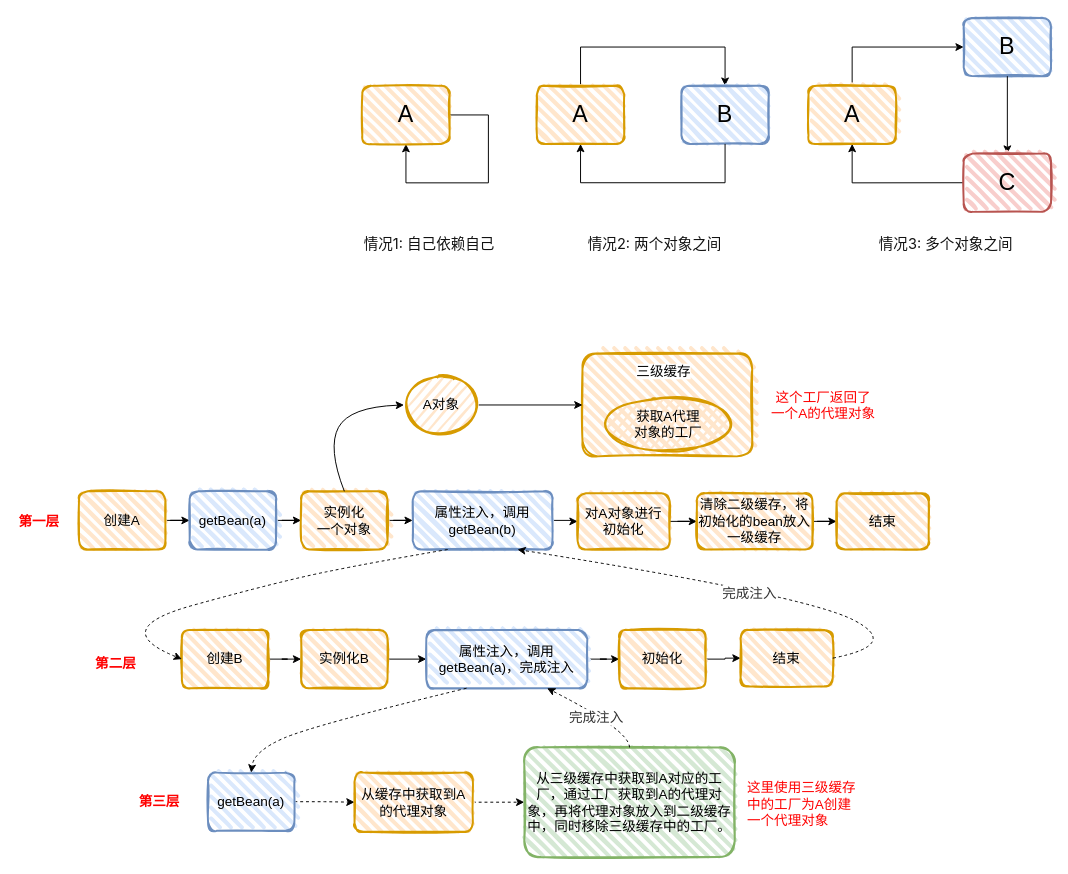
Above: drawfile/spring-循环依赖.drawio in lml200701158/draw (draw.io), before the change. Source tidied: cells renumbered, new cells numbered last; positions are measured from the earlier drawing's top-left corner, leaving out a move shared by most shapes. Both pictures are drawn from the tidied source at 97%, with x=0, y=0 at pixel (16, 17).
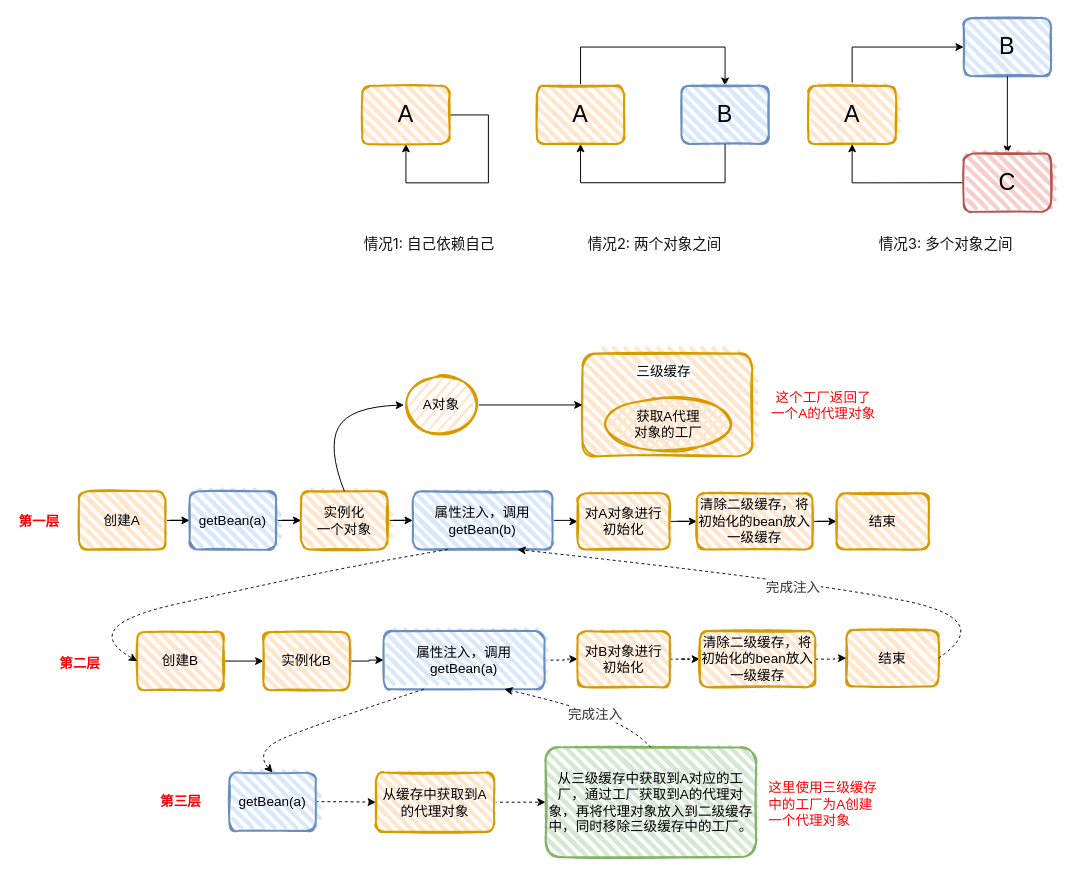
The same page after the edit.

Commit message:
更新spring-循环依赖.drawio

Unchanged cells that the change refers to:
```xml
<mxCell id="24" value="&lt;span style=&quot;font-size: 14px;&quot;&gt;属性注入，调用getBean(b)&lt;/span&gt;" style="rounded=1;whiteSpace=wrap;html=1;strokeWidth=2;fillWeight=4;hachureGap=8;hachureAngle=45;fillColor=#dae8fc;sketch=1;strokeColor=#6c8ebf;" parent="1" vertex="1">
  <mxGeometry x="408" y="488" width="144" height="60" as="geometry" />
</mxCell>
```

The edit, as a diff of the source:
```diff
@@
     <mxCell id="37" value="&lt;font style=&quot;font-size: 14px;&quot;&gt;创建B&lt;/font&gt;" style="rounded=1;whiteSpace=wrap;html=1;strokeWidth=2;fillWeight=4;hachureGap=8;hachureAngle=45;fillColor=#ffe6cc;sketch=1;strokeColor=#d79b00;" parent="1" vertex="1">
-      <mxGeometry x="170" y="631" width="89" height="60" as="geometry" />
+      <mxGeometry x="124" y="633" width="89" height="60" as="geometry" />
     </mxCell>
@@
     <mxCell id="39" value="&lt;font style=&quot;font-size: 14px;&quot;&gt;实例化B&lt;/font&gt;" style="rounded=1;whiteSpace=wrap;html=1;strokeWidth=2;fillWeight=4;hachureGap=8;hachureAngle=45;fillColor=#ffe6cc;sketch=1;strokeColor=#d79b00;" parent="1" vertex="1">
-      <mxGeometry x="293" y="631" width="89" height="60" as="geometry" />
+      <mxGeometry x="254" y="633" width="89" height="60" as="geometry" />
     </mxCell>
-    <mxCell id="40" style="edgeStyle=orthogonalEdgeStyle;rounded=0;jettySize=auto;html=1;fontSize=14;startArrow=none;startFill=0;endArrow=classic;endFill=1;strokeWidth=1;" parent="1" edge="1" source="41" target="43">
-      <mxGeometry relative="1" as="geometry" />
-    </mxCell>
+    <mxCell id="62" style="edgeStyle=orthogonalEdgeStyle;rounded=0;jettySize=auto;html=1;dashed=1;fontSize=14;fontColor=#FF0000;startArrow=none;startFill=0;endArrow=classic;endFill=1;strokeWidth=1;" parent="1" edge="1" source="41" target="64">
+      <mxGeometry relative="1" as="geometry" />
+    </mxCell>
-    <mxCell id="41" value="&lt;font style=&quot;font-size: 14px;&quot;&gt;属性注入，调用getBean(a)，完成注入&lt;/font&gt;" style="rounded=1;whiteSpace=wrap;html=1;strokeWidth=2;fillWeight=4;hachureGap=8;hachureAngle=45;fillColor=#dae8fc;sketch=1;strokeColor=#6c8ebf;" parent="1" vertex="1">
-      <mxGeometry x="422" y="631" width="166" height="60" as="geometry" />
+    <mxCell id="41" value="&lt;span style=&quot;font-size: 14px;&quot;&gt;属性注入，调用getBean(a)&lt;/span&gt;" style="rounded=1;whiteSpace=wrap;html=1;strokeWidth=2;fillWeight=4;hachureGap=8;hachureAngle=45;fillColor=#dae8fc;sketch=1;strokeColor=#6c8ebf;" parent="1" vertex="1">
+      <mxGeometry x="378" y="632" width="166" height="60" as="geometry" />
     </mxCell>
-    <mxCell id="42" style="edgeStyle=orthogonalEdgeStyle;rounded=0;jettySize=auto;html=1;fontSize=14;startArrow=none;startFill=0;endArrow=classic;endFill=1;strokeWidth=1;" parent="1" edge="1" source="43" target="44">
-      <mxGeometry relative="1" as="geometry" />
-    </mxCell>
-    <mxCell id="43" value="&lt;font style=&quot;font-size: 14px;&quot;&gt;初始化&lt;/font&gt;" style="rounded=1;whiteSpace=wrap;html=1;strokeWidth=2;fillWeight=4;hachureGap=8;hachureAngle=45;fillColor=#ffe6cc;sketch=1;strokeColor=#d79b00;" parent="1" vertex="1">
-      <mxGeometry x="621" y="631" width="89" height="60" as="geometry" />
-    </mxCell>
     <mxCell id="44" value="&lt;span style=&quot;font-size: 14px;&quot;&gt;结束&lt;/span&gt;" style="rounded=1;whiteSpace=wrap;html=1;strokeWidth=2;fillWeight=4;hachureGap=8;hachureAngle=45;fillColor=#ffe6cc;sketch=1;strokeColor=#d79b00;" parent="1" vertex="1">
-      <mxGeometry x="746" y="631" width="95" height="58" as="geometry" />
+      <mxGeometry x="855" y="631" width="95" height="58" as="geometry" />
     </mxCell>
     <mxCell id="45" style="curved=1;endArrow=classic;html=1;rounded=0;fontSize=14;strokeWidth=1;entryX=0;entryY=0.5;entryDx=0;entryDy=0;exitX=0.25;exitY=1;exitDx=0;exitDy=0;dashed=1;" parent="1" edge="1" source="24" target="37">
       <mxGeometry relative="1" as="geometry">
         <Array as="points">
           <mxPoint x="368" y="561" />
           <mxPoint x="270" y="581" />
-          <mxPoint x="93" y="630" />
+          <mxPoint x="61" y="627" />
         </Array>
       </mxGeometry>
     </mxCell>
     <mxCell id="46" style="curved=1;endArrow=classic;html=1;rounded=0;dashed=1;fontSize=14;strokeWidth=1;exitX=1;exitY=0.5;exitDx=0;exitDy=0;entryX=0.75;entryY=1;entryDx=0;entryDy=0;" parent="1" edge="1" source="44" target="24">
       <mxGeometry relative="1" as="geometry">
         <Array as="points">
-          <mxPoint x="912" y="646" />
-          <mxPoint x="812" y="595" />
+          <mxPoint x="1010" y="620" />
+          <mxPoint x="817" y="581" />
         </Array>
       </mxGeometry>
     </mxCell>
@@
     <mxCell id="49" value="&lt;span style=&quot;font-size: 14px;&quot;&gt;getBean(a)&lt;/span&gt;" style="rounded=1;whiteSpace=wrap;html=1;strokeWidth=2;fillWeight=4;hachureGap=8;hachureAngle=45;fillColor=#dae8fc;sketch=1;strokeColor=#6c8ebf;" parent="1" vertex="1">
-      <mxGeometry x="197" y="778" width="89" height="60" as="geometry" />
+      <mxGeometry x="219" y="778" width="89" height="60" as="geometry" />
     </mxCell>
@@
     <mxCell id="51" value="&lt;span style=&quot;font-size: 14px;&quot;&gt;从缓存中获取到A的代理对象&lt;/span&gt;" style="rounded=1;whiteSpace=wrap;html=1;strokeWidth=2;fillWeight=4;hachureGap=8;hachureAngle=45;fillColor=#ffe6cc;sketch=1;strokeColor=#d79b00;" parent="1" vertex="1">
-      <mxGeometry x="348" y="778" width="122" height="61" as="geometry" />
+      <mxGeometry x="370" y="778" width="122" height="61" as="geometry" />
     </mxCell>
     <mxCell id="52" value="&lt;span style=&quot;font-size: 14px;&quot;&gt;从三级缓存中获取到A对应的工厂，通过工厂获取到A的代理对象，再将代理对象放入到二级缓存中，同时移除三级缓存中的工厂。&lt;/span&gt;" style="rounded=1;whiteSpace=wrap;html=1;strokeWidth=2;fillWeight=4;hachureGap=8;hachureAngle=45;fillColor=#d5e8d4;sketch=1;strokeColor=#82b366;" parent="1" vertex="1">
-      <mxGeometry x="523" y="752" width="217" height="113" as="geometry" />
+      <mxGeometry x="545" y="752" width="217" height="113" as="geometry" />
     </mxCell>
@@
     <mxCell id="54" style="curved=1;endArrow=classic;html=1;rounded=0;dashed=1;fontSize=14;strokeWidth=1;exitX=0.5;exitY=0;exitDx=0;exitDy=0;entryX=0.75;entryY=1;entryDx=0;entryDy=0;" parent="1" edge="1" source="52" target="41">
       <mxGeometry relative="1" as="geometry">
         <Array as="points">
-          <mxPoint x="631" y="734" />
+          <mxPoint x="636" y="733" />
+          <mxPoint x="568" y="707" />
         </Array>
       </mxGeometry>
     </mxCell>
     <mxCell id="55" value="完成注入" style="edgeLabel;html=1;align=center;verticalAlign=middle;fontSize=14;fontColor=#333333;" parent="54" vertex="1">
-      <mxGeometry x="-0.02" y="4" relative="1" as="geometry" />
+      <mxGeometry x="-0.02" y="4" relative="1" as="geometry">
+        <mxPoint x="12" as="offset" />
+      </mxGeometry>
     </mxCell>
     <mxCell id="56" value="&lt;span style=&quot;font-family: Helvetica; font-size: 14px; font-style: normal; font-variant-ligatures: normal; font-variant-caps: normal; letter-spacing: normal; orphans: 2; text-align: center; text-indent: 0px; text-transform: none; widows: 2; word-spacing: 0px; -webkit-text-stroke-width: 0px; background-color: rgb(255, 255, 255); text-decoration-thickness: initial; text-decoration-style: initial; text-decoration-color: initial; float: none; display: inline !important;&quot;&gt;&lt;font color=&quot;#ff0000&quot;&gt;这里使用三级缓存中的工厂为A创建一个代理对象&lt;/font&gt;&lt;/span&gt;" style="text;whiteSpace=wrap;html=1;fontSize=14;" parent="1" vertex="1">
-      <mxGeometry x="751" y="779" width="121.3" height="65.2" as="geometry" />
+      <mxGeometry x="773" y="779" width="121.3" height="65.2" as="geometry" />
     </mxCell>
@@
     <mxCell id="58" value="&lt;div style=&quot;text-align: center;&quot;&gt;&lt;span style=&quot;background-color: initial;&quot;&gt;&lt;b style=&quot;&quot;&gt;&lt;font color=&quot;#ff0000&quot;&gt;第二层&lt;/font&gt;&lt;/b&gt;&lt;/span&gt;&lt;/div&gt;" style="text;whiteSpace=wrap;html=1;fontSize=14;fontColor=#333333;" parent="1" vertex="1">
-      <mxGeometry x="79" y="651" width="54" height="31" as="geometry" />
+      <mxGeometry x="42" y="651" width="54" height="31" as="geometry" />
     </mxCell>
     <mxCell id="59" value="&lt;div style=&quot;text-align: center;&quot;&gt;&lt;span style=&quot;background-color: initial;&quot;&gt;&lt;b style=&quot;&quot;&gt;&lt;font color=&quot;#ff0000&quot;&gt;第三层&lt;/font&gt;&lt;/b&gt;&lt;/span&gt;&lt;/div&gt;" style="text;whiteSpace=wrap;html=1;fontSize=14;fontColor=#333333;" parent="1" vertex="1">
-      <mxGeometry x="124" y="793" width="54" height="31" as="geometry" />
+      <mxGeometry x="146" y="793" width="54" height="31" as="geometry" />
     </mxCell>
@@
+    <mxCell id="63" style="edgeStyle=orthogonalEdgeStyle;rounded=0;jettySize=auto;html=1;dashed=1;fontSize=14;fontColor=#FF0000;startArrow=none;startFill=0;endArrow=classic;endFill=1;strokeWidth=1;" parent="1" edge="1" source="64" target="66">
+      <mxGeometry relative="1" as="geometry" />
+    </mxCell>
+    <mxCell id="64" value="&lt;span style=&quot;font-size: 14px;&quot;&gt;对B对象进行初始化&lt;/span&gt;" style="rounded=1;whiteSpace=wrap;html=1;strokeWidth=2;fillWeight=4;hachureGap=8;hachureAngle=45;fillColor=#ffe6cc;sketch=1;strokeColor=#d79b00;" parent="1" vertex="1">
+      <mxGeometry x="578" y="632" width="95" height="58" as="geometry" />
+    </mxCell>
+    <mxCell id="65" style="edgeStyle=orthogonalEdgeStyle;rounded=0;jettySize=auto;html=1;dashed=1;fontSize=14;fontColor=#FF0000;startArrow=none;startFill=0;endArrow=classic;endFill=1;strokeWidth=1;" parent="1" edge="1" source="66" target="44">
+      <mxGeometry relative="1" as="geometry" />
+    </mxCell>
+    <mxCell id="66" value="&lt;span style=&quot;font-size: 14px;&quot;&gt;清除二级缓存，将初始化的bean放入一级缓存&lt;/span&gt;" style="rounded=1;whiteSpace=wrap;html=1;strokeWidth=2;fillWeight=4;hachureGap=8;hachureAngle=45;fillColor=#ffe6cc;sketch=1;strokeColor=#d79b00;" parent="1" vertex="1">
+      <mxGeometry x="704" y="632" width="119" height="58" as="geometry" />
+    </mxCell>
```
